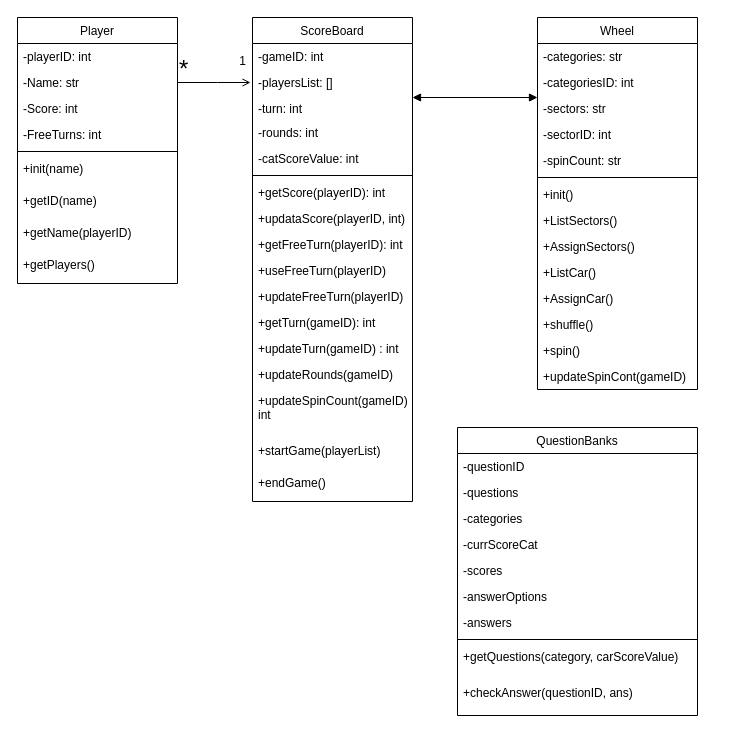
Before: page "Class Diagram" (2 of 3) of DesignDoc/MainDiagram.drawio in JHUOrg/JHU-course-60560183, a draw.io diagram. Source tidied: cells renumbered, new cells numbered last; positions are measured from the earlier drawing's top-left corner, leaving out a move shared by most shapes. Both pictures are drawn from the tidied source at 100%, with x=0, y=0 at pixel (17, 17).
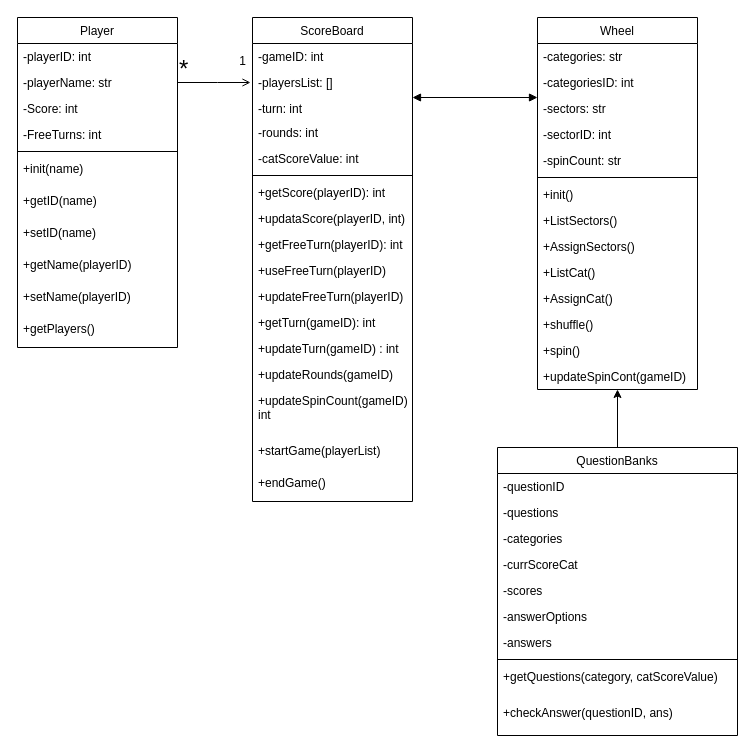
The same diagram, later.

Commit message:
progress: design doc

The change refers to these unchanged cells:
```xml
<mxCell id="12" value="Wheel&#10;" style="swimlane;fontStyle=0;align=center;verticalAlign=top;horizontal=1;startSize=26;rounded=0;shadow=0;strokeWidth=1;" parent="1" vertex="1">
  <mxGeometry x="520" width="160" height="372" as="geometry" />
</mxCell>
<mxCell id="26" value="+updateSpinCont(gameID)" style="text;align=left;verticalAlign=top;spacingLeft=4;spacingRight=4;overflow=hidden;points=[[0,0.5],[1,0.5]];portConstraint=eastwest;" parent="12" vertex="1">
  <mxGeometry y="346" width="160" height="26" as="geometry" />
</mxCell>
```

The edit, as a diff of the source:
```diff
@@
     <mxCell id="2" value="Player" style="swimlane;fontStyle=0;align=center;verticalAlign=top;horizontal=1;startSize=26;rounded=0;shadow=0;strokeWidth=1;" parent="1" vertex="1">
-      <mxGeometry width="160" height="266" as="geometry" />
+      <mxGeometry width="160" height="330" as="geometry" />
     </mxCell>
@@
-    <mxCell id="4" value="-Name: str" style="text;align=left;verticalAlign=top;spacingLeft=4;spacingRight=4;overflow=hidden;" parent="2" vertex="1">
+    <mxCell id="4" value="-playerName: str" style="text;align=left;verticalAlign=top;spacingLeft=4;spacingRight=4;overflow=hidden;" parent="2" vertex="1">
       <mxGeometry y="52" width="160" height="26" as="geometry" />
     </mxCell>
@@
+    <mxCell id="60" value="+getID(name)" style="text;align=left;verticalAlign=top;spacingLeft=4;spacingRight=4;overflow=hidden;" parent="2" vertex="1">
+      <mxGeometry y="170" width="160" height="32" as="geometry" />
+    </mxCell>
-    <mxCell id="9" value="+getID(name)" style="text;align=left;verticalAlign=top;spacingLeft=4;spacingRight=4;overflow=hidden;" parent="2" vertex="1">
-      <mxGeometry y="170" width="160" height="32" as="geometry" />
+    <mxCell id="9" value="+setID(name)" style="text;align=left;verticalAlign=top;spacingLeft=4;spacingRight=4;overflow=hidden;" parent="2" vertex="1">
+      <mxGeometry y="202" width="160" height="32" as="geometry" />
     </mxCell>
+    <mxCell id="61" value="+getName(playerID)" style="text;align=left;verticalAlign=top;spacingLeft=4;spacingRight=4;overflow=hidden;" parent="2" vertex="1">
+      <mxGeometry y="234" width="160" height="32" as="geometry" />
+    </mxCell>
-    <mxCell id="10" value="+getName(playerID)" style="text;align=left;verticalAlign=top;spacingLeft=4;spacingRight=4;overflow=hidden;" parent="2" vertex="1">
-      <mxGeometry y="202" width="160" height="32" as="geometry" />
+    <mxCell id="10" value="+setName(playerID)" style="text;align=left;verticalAlign=top;spacingLeft=4;spacingRight=4;overflow=hidden;" parent="2" vertex="1">
+      <mxGeometry y="266" width="160" height="32" as="geometry" />
     </mxCell>
     <mxCell id="11" value="+getPlayers()" style="text;align=left;verticalAlign=top;spacingLeft=4;spacingRight=4;overflow=hidden;" parent="2" vertex="1">
-      <mxGeometry y="234" width="160" height="32" as="geometry" />
+      <mxGeometry y="298" width="160" height="32" as="geometry" />
     </mxCell>
@@
-    <mxCell id="22" value="+ListCar()" style="text;align=left;verticalAlign=top;spacingLeft=4;spacingRight=4;overflow=hidden;rounded=0;shadow=0;html=0;" parent="12" vertex="1">
+    <mxCell id="22" value="+ListCat()" style="text;align=left;verticalAlign=top;spacingLeft=4;spacingRight=4;overflow=hidden;rounded=0;shadow=0;html=0;" parent="12" vertex="1">
       <mxGeometry y="242" width="160" height="26" as="geometry" />
     </mxCell>
-    <mxCell id="23" value="+AssignCar()" style="text;align=left;verticalAlign=top;spacingLeft=4;spacingRight=4;overflow=hidden;rounded=0;shadow=0;html=0;" parent="12" vertex="1">
+    <mxCell id="23" value="+AssignCat()" style="text;align=left;verticalAlign=top;spacingLeft=4;spacingRight=4;overflow=hidden;rounded=0;shadow=0;html=0;" parent="12" vertex="1">
       <mxGeometry y="268" width="160" height="26" as="geometry" />
     </mxCell>
@@
+    <mxCell id="62" style="edgeStyle=none;html=1;exitX=0.5;exitY=0;exitDx=0;exitDy=0;" parent="1" edge="1" source="47" target="26">
+      <mxGeometry relative="1" as="geometry" />
+    </mxCell>
     <mxCell id="47" value="QuestionBanks&#10;" style="swimlane;fontStyle=0;align=center;verticalAlign=top;horizontal=1;startSize=26;rounded=0;shadow=0;strokeWidth=1;" parent="1" vertex="1">
-      <mxGeometry x="440" y="410" width="240" height="288" as="geometry" />
+      <mxGeometry x="480" y="430" width="240" height="288" as="geometry" />
     </mxCell>
@@
-    <mxCell id="56" value="+getQuestions(category, carScoreValue)" style="text;align=left;verticalAlign=top;spacingLeft=4;spacingRight=4;overflow=hidden;whiteSpace=wrap;html=1;" parent="47" vertex="1">
+    <mxCell id="56" value="+getQuestions(category, catScoreValue)" style="text;align=left;verticalAlign=top;spacingLeft=4;spacingRight=4;overflow=hidden;whiteSpace=wrap;html=1;" parent="47" vertex="1">
       <mxGeometry y="216" width="240" height="36" as="geometry" />
     </mxCell>
```
